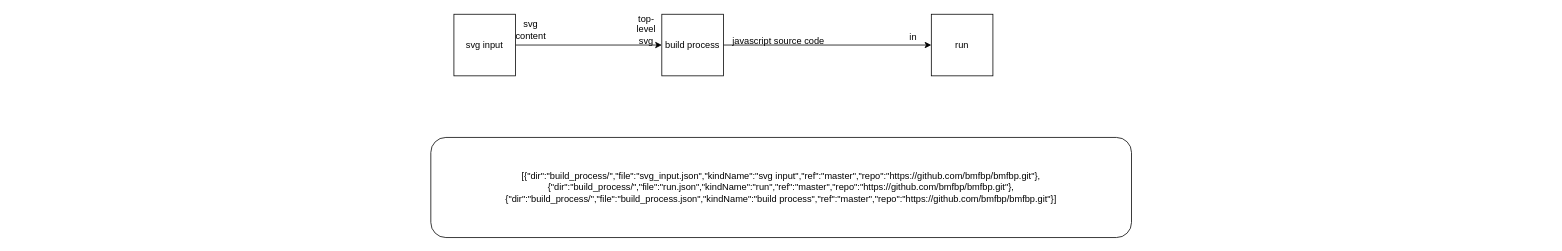
The draw.io diagram page "ide.svg" (1 of 3) of build_process/build_process.drawio in bmfbp/bmfbp, before the edit. Source tidied: cells renumbered, new cells numbered last; positions are measured from the earlier drawing's top-left corner, leaving out a move shared by most shapes. Both pictures are drawn from the tidied source at 77%, with x=0, y=0 at pixel (430, 14).
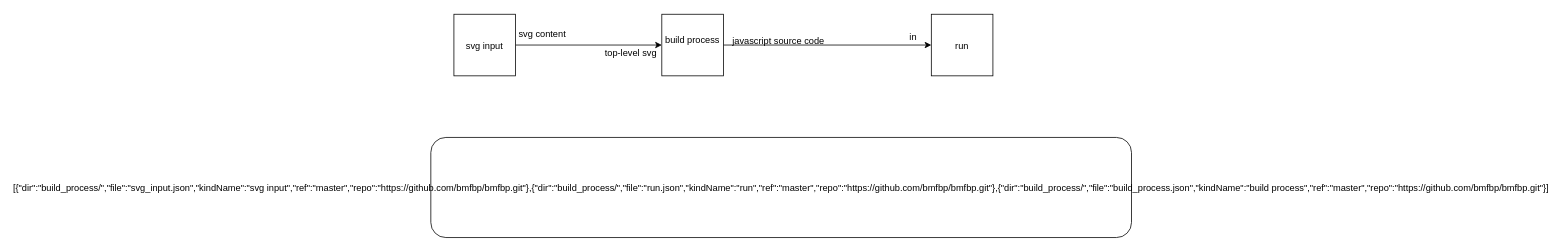
The same diagram, later.

Diff of the diagram source:
```diff
@@
 <mxGraphModel>
   <root>
     <mxCell id="0" />
     <mxCell id="1" parent="0" />
     <mxCell id="2" style="edgeStyle=orthogonalEdgeStyle;rounded=0;jettySize=auto;html=1;exitX=1;exitY=0.5;exitDx=0;exitDy=0;entryX=0;entryY=0.5;entryDx=0;entryDy=0;" parent="1" edge="1" source="3" target="5">
       <mxGeometry relative="1" as="geometry" />
     </mxCell>
-    <mxCell id="3" value="svg input" style="whiteSpace=wrap;html=1;" parent="1" vertex="1">
+    <mxCell id="3" value="svg input" parent="1" vertex="1">
       <mxGeometry x="30" width="80" height="80" as="geometry" />
     </mxCell>
     <mxCell id="4" style="edgeStyle=orthogonalEdgeStyle;rounded=0;jettySize=auto;html=1;exitX=1;exitY=0.5;exitDx=0;exitDy=0;entryX=0;entryY=0.5;entryDx=0;entryDy=0;" parent="1" edge="1" source="5" target="10">
       <mxGeometry relative="1" as="geometry" />
     </mxCell>
-    <mxCell id="5" value="build process&lt;br&gt;" style="whiteSpace=wrap;html=1;" parent="1" vertex="1">
+    <mxCell id="5" value="build process&#10;" parent="1" vertex="1">
       <mxGeometry x="300" width="80" height="80" as="geometry" />
     </mxCell>
-    <mxCell id="6" value="top-level svg" style="text;html=1;strokeColor=none;fillColor=none;align=center;verticalAlign=middle;whiteSpace=wrap;rounded=0;" parent="1" vertex="1">
-      <mxGeometry x="260" y="10" width="40" height="20" as="geometry" />
+    <mxCell id="6" value="top-level svg" style="text;strokeColor=none;fillColor=none;align=center;verticalAlign=middle;rounded=0;" parent="1" vertex="1">
+      <mxGeometry x="220" y="40" width="80" height="20" as="geometry" />
     </mxCell>
-    <mxCell id="7" value="svg content" style="text;html=1;strokeColor=none;fillColor=none;align=center;verticalAlign=middle;whiteSpace=wrap;rounded=0;" parent="1" vertex="1">
-      <mxGeometry x="110" y="10" width="40" height="20" as="geometry" />
+    <mxCell id="7" value="svg content" style="text;strokeColor=none;fillColor=none;align=center;verticalAlign=middle;rounded=0;" parent="1" vertex="1">
+      <mxGeometry x="110" y="15" width="70" height="20" as="geometry" />
     </mxCell>
-    <mxCell id="8" value="&lt;span&gt;[{&quot;dir&quot;:&quot;build_process/&quot;,&quot;file&quot;:&quot;svg_input.json&quot;,&quot;kindName&quot;:&quot;svg input&quot;,&quot;ref&quot;:&quot;master&quot;,&quot;repo&quot;:&quot;https://github.com/bmfbp/bmfbp.git&quot;},{&quot;dir&quot;:&quot;build_process/&quot;,&quot;file&quot;:&quot;run.json&quot;,&quot;kindName&quot;:&quot;run&quot;,&quot;ref&quot;:&quot;master&quot;,&quot;repo&quot;:&quot;https://github.com/bmfbp/bmfbp.git&quot;},{&quot;dir&quot;:&quot;build_process/&quot;,&quot;file&quot;:&quot;build_process.json&quot;,&quot;kindName&quot;:&quot;build process&quot;,&quot;ref&quot;:&quot;master&quot;,&quot;repo&quot;:&quot;https://github.com/bmfbp/bmfbp.git&quot;}]&lt;/span&gt;" style="rounded=1;whiteSpace=wrap;html=1;" parent="1" vertex="1">
+    <mxCell id="8" value="[{&quot;dir&quot;:&quot;build_process/&quot;,&quot;file&quot;:&quot;svg_input.json&quot;,&quot;kindName&quot;:&quot;svg input&quot;,&quot;ref&quot;:&quot;master&quot;,&quot;repo&quot;:&quot;https://github.com/bmfbp/bmfbp.git&quot;},{&quot;dir&quot;:&quot;build_process/&quot;,&quot;file&quot;:&quot;run.json&quot;,&quot;kindName&quot;:&quot;run&quot;,&quot;ref&quot;:&quot;master&quot;,&quot;repo&quot;:&quot;https://github.com/bmfbp/bmfbp.git&quot;},{&quot;dir&quot;:&quot;build_process/&quot;,&quot;file&quot;:&quot;build_process.json&quot;,&quot;kindName&quot;:&quot;build process&quot;,&quot;ref&quot;:&quot;master&quot;,&quot;repo&quot;:&quot;https://github.com/bmfbp/bmfbp.git&quot;}]" style="rounded=1;" parent="1" vertex="1">
       <mxGeometry y="160" width="910" height="130" as="geometry" />
     </mxCell>
-    <mxCell id="9" value="&lt;span&gt;javascript source code&lt;/span&gt;" style="text;html=1;align=left;verticalAlign=top;spacingTop=-4;" parent="1" vertex="1">
+    <mxCell id="9" value="javascript source code" style="text;align=left;verticalAlign=top;spacingTop=-4;" parent="1" vertex="1">
       <mxGeometry x="390" y="25" width="130" height="10" as="geometry" />
     </mxCell>
-    <mxCell id="10" value="run" style="whiteSpace=wrap;html=1;" parent="1" vertex="1">
+    <mxCell id="10" value="run" parent="1" vertex="1">
       <mxGeometry x="650" width="80" height="80" as="geometry" />
     </mxCell>
-    <mxCell id="11" value="in" style="text;html=1;align=left;verticalAlign=top;spacingTop=-4;" parent="1" vertex="1">
+    <mxCell id="11" value="in" style="text;align=left;verticalAlign=top;spacingTop=-4;" parent="1" vertex="1">
       <mxGeometry x="620" y="20" width="20" height="10" as="geometry" />
     </mxCell>
   </root>
 </mxGraphModel>
```
